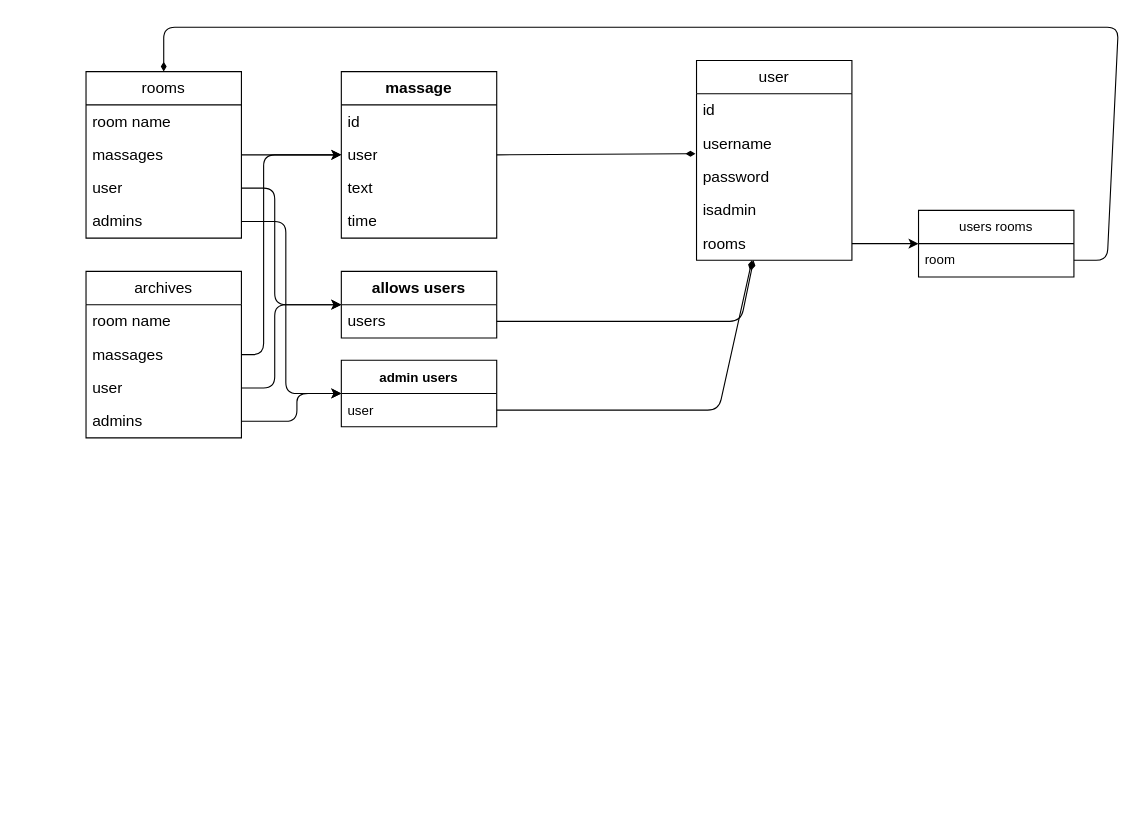
Before: DB.drawio in noambaum00/chat, a draw.io diagram. Source tidied: cells renumbered, new cells numbered last; positions are measured from the earlier drawing's top-left corner, leaving out a move shared by most shapes. Both pictures are drawn from the tidied source at 111%, with x=0, y=0 at pixel (85, 27).
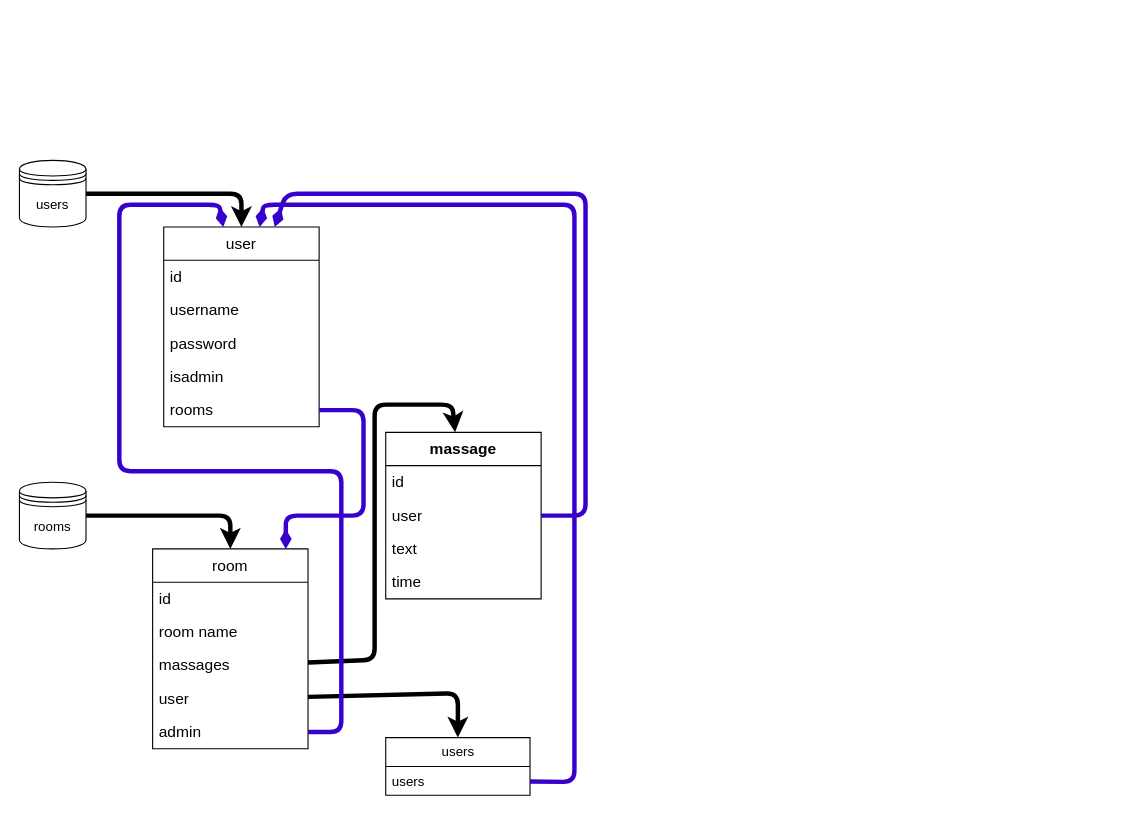
The same page after the edit.

Unchanged cells that the change refers to:
```xml
<mxCell id="11" value="user" style="text;strokeColor=none;fillColor=none;align=left;verticalAlign=middle;spacingLeft=4;spacingRight=4;overflow=hidden;points=[[0,0.5],[1,0.5]];portConstraint=eastwest;whiteSpace=wrap;html=1;fontSize=14;" parent="9" vertex="1">
  <mxGeometry y="60" width="140" height="30" as="geometry" />
</mxCell>
<mxCell id="16" value="username" style="text;strokeColor=none;fillColor=none;align=left;verticalAlign=middle;spacingLeft=4;spacingRight=4;overflow=hidden;points=[[0,0.5],[1,0.5]];portConstraint=eastwest;whiteSpace=wrap;html=1;fontSize=14;" parent="14" vertex="1">
  <mxGeometry y="60" width="140" height="30" as="geometry" />
</mxCell>
<mxCell id="19" value="rooms" style="text;strokeColor=none;fillColor=none;align=left;verticalAlign=middle;spacingLeft=4;spacingRight=4;overflow=hidden;points=[[0,0.5],[1,0.5]];portConstraint=eastwest;whiteSpace=wrap;html=1;fontSize=14;" parent="14" vertex="1">
  <mxGeometry y="150" width="140" height="30" as="geometry" />
</mxCell>
```

Diff of the diagram source:
```diff
@@
-    <mxCell id="2" value="rooms" style="swimlane;fontStyle=0;horizontal=1;startSize=30;whiteSpace=wrap;html=1;strokeColor=default;fontSize=14;fillColor=none;" parent="1" vertex="1">
-      <mxGeometry y="40" width="140" height="150" as="geometry" />
+    <mxCell id="2" value="room" style="swimlane;fontStyle=0;horizontal=1;startSize=30;whiteSpace=wrap;html=1;strokeColor=default;fontSize=14;fillColor=none;" parent="1" vertex="1">
+      <mxGeometry x="60" y="470" width="140" height="180" as="geometry" />
     </mxCell>
+    <mxCell id="40" value="id" style="text;strokeColor=none;fillColor=none;align=left;verticalAlign=middle;spacingLeft=4;spacingRight=4;overflow=hidden;whiteSpace=wrap;html=1;fontSize=14;" parent="2" vertex="1">
+      <mxGeometry y="30" width="140" height="30" as="geometry" />
+    </mxCell>
     <mxCell id="3" value="room name" style="text;strokeColor=none;fillColor=none;align=left;verticalAlign=middle;spacingLeft=4;spacingRight=4;overflow=hidden;whiteSpace=wrap;html=1;fontSize=14;" parent="2" vertex="1">
-      <mxGeometry y="30" width="140" height="30" as="geometry" />
+      <mxGeometry y="60" width="140" height="30" as="geometry" />
     </mxCell>
     <mxCell id="4" value="massages" style="text;strokeColor=none;fillColor=none;align=left;verticalAlign=middle;spacingLeft=4;spacingRight=4;overflow=hidden;points=[[0,0.5],[1,0.5]];portConstraint=eastwest;whiteSpace=wrap;html=1;fontSize=14;" parent="2" vertex="1">
-      <mxGeometry y="60" width="140" height="30" as="geometry" />
+      <mxGeometry y="90" width="140" height="30" as="geometry" />
     </mxCell>
     <mxCell id="5" value="user" style="text;strokeColor=none;fillColor=none;align=left;verticalAlign=middle;spacingLeft=4;spacingRight=4;overflow=hidden;points=[[0,0.5],[1,0.5]];portConstraint=eastwest;whiteSpace=wrap;html=1;fontSize=14;" parent="2" vertex="1">
-      <mxGeometry y="90" width="140" height="30" as="geometry" />
+      <mxGeometry y="120" width="140" height="30" as="geometry" />
     </mxCell>
-    <mxCell id="6" value="admins" style="text;strokeColor=none;fillColor=none;align=left;verticalAlign=middle;spacingLeft=4;spacingRight=4;overflow=hidden;points=[[0,0.5],[1,0.5]];portConstraint=eastwest;whiteSpace=wrap;html=1;fontSize=14;" parent="2" vertex="1">
-      <mxGeometry y="120" width="140" height="30" as="geometry" />
+    <mxCell id="6" value="admin" style="text;strokeColor=none;fillColor=none;align=left;verticalAlign=middle;spacingLeft=4;spacingRight=4;overflow=hidden;points=[[0,0.5],[1,0.5]];portConstraint=eastwest;whiteSpace=wrap;html=1;fontSize=14;" parent="2" vertex="1">
+      <mxGeometry y="150" width="140" height="30" as="geometry" />
     </mxCell>
-    <mxCell id="7" value="&lt;span style=&quot;font-weight: 700;&quot;&gt;allows users&lt;/span&gt;" style="swimlane;fontStyle=0;horizontal=1;startSize=30;whiteSpace=wrap;html=1;strokeColor=default;fontSize=14;fillColor=none;" parent="1" vertex="1">
-      <mxGeometry x="230" y="220" width="140" height="60" as="geometry" />
-    </mxCell>
-    <mxCell id="8" value="users" style="text;strokeColor=none;fillColor=none;align=left;verticalAlign=middle;spacingLeft=4;spacingRight=4;overflow=hidden;points=[[0,0.5],[1,0.5]];portConstraint=eastwest;whiteSpace=wrap;html=1;fontSize=14;" parent="7" vertex="1">
-      <mxGeometry y="30" width="140" height="30" as="geometry" />
-    </mxCell>
     <mxCell id="9" value="&lt;span style=&quot;font-weight: 700;&quot;&gt;massage&lt;/span&gt;" style="swimlane;fontStyle=0;horizontal=1;startSize=30;whiteSpace=wrap;html=1;strokeColor=default;fontSize=14;fillColor=none;" parent="1" vertex="1">
-      <mxGeometry x="230" y="40" width="140" height="150" as="geometry" />
+      <mxGeometry x="270" y="365" width="140" height="150" as="geometry" />
     </mxCell>
@@
     <mxCell id="14" value="user" style="swimlane;fontStyle=0;horizontal=1;startSize=30;whiteSpace=wrap;html=1;strokeColor=default;fontSize=14;fillColor=none;" parent="1" vertex="1">
-      <mxGeometry x="550" y="30" width="140" height="180" as="geometry" />
+      <mxGeometry x="70" y="180" width="140" height="180" as="geometry" />
     </mxCell>
@@
-    <mxCell id="20" value="admin users" style="swimlane;fontStyle=1;horizontal=1;startSize=30;" parent="1" vertex="1">
-      <mxGeometry x="230" y="300" width="140" height="60" as="geometry" />
-    </mxCell>
-    <mxCell id="21" value="user" style="text;strokeColor=none;fillColor=none;align=left;verticalAlign=middle;spacingLeft=4;spacingRight=4;overflow=hidden;points=[[0,0.5],[1,0.5]];portConstraint=eastwest;" parent="20" vertex="1">
-      <mxGeometry y="30" width="140" height="30" as="geometry" />
-    </mxCell>
-    <mxCell id="22" style="edgeStyle=none;html=1;exitX=1;exitY=0.5;exitDx=0;exitDy=0;endArrow=diamondThin;endFill=1;" parent="1" edge="1" source="8" target="14">
-      <mxGeometry relative="1" as="geometry">
-        <Array as="points">
-          <mxPoint x="590" y="265" />
-        </Array>
-      </mxGeometry>
-    </mxCell>
-    <mxCell id="23" style="edgeStyle=none;html=1;exitX=1;exitY=0.5;exitDx=0;exitDy=0;endArrow=diamondThin;endFill=1;" parent="1" edge="1" source="21" target="14">
-      <mxGeometry relative="1" as="geometry">
-        <Array as="points">
-          <mxPoint x="570" y="345" />
-        </Array>
-      </mxGeometry>
-    </mxCell>
-    <mxCell id="24" value="archives" style="swimlane;fontStyle=0;horizontal=1;startSize=30;whiteSpace=wrap;html=1;strokeColor=default;fontSize=14;fillColor=none;" parent="1" vertex="1">
-      <mxGeometry y="220" width="140" height="150" as="geometry" />
-    </mxCell>
-    <mxCell id="25" value="room name" style="text;strokeColor=none;fillColor=none;align=left;verticalAlign=middle;spacingLeft=4;spacingRight=4;overflow=hidden;whiteSpace=wrap;html=1;fontSize=14;" parent="24" vertex="1">
-      <mxGeometry y="30" width="140" height="30" as="geometry" />
-    </mxCell>
-    <mxCell id="26" value="massages" style="text;strokeColor=none;fillColor=none;align=left;verticalAlign=middle;spacingLeft=4;spacingRight=4;overflow=hidden;points=[[0,0.5],[1,0.5]];portConstraint=eastwest;whiteSpace=wrap;html=1;fontSize=14;" parent="24" vertex="1">
-      <mxGeometry y="60" width="140" height="30" as="geometry" />
-    </mxCell>
-    <mxCell id="27" value="user" style="text;strokeColor=none;fillColor=none;align=left;verticalAlign=middle;spacingLeft=4;spacingRight=4;overflow=hidden;points=[[0,0.5],[1,0.5]];portConstraint=eastwest;whiteSpace=wrap;html=1;fontSize=14;" parent="24" vertex="1">
-      <mxGeometry y="90" width="140" height="30" as="geometry" />
-    </mxCell>
-    <mxCell id="28" value="admins" style="text;strokeColor=none;fillColor=none;align=left;verticalAlign=middle;spacingLeft=4;spacingRight=4;overflow=hidden;points=[[0,0.5],[1,0.5]];portConstraint=eastwest;whiteSpace=wrap;html=1;fontSize=14;" parent="24" vertex="1">
-      <mxGeometry y="120" width="140" height="30" as="geometry" />
-    </mxCell>
-    <mxCell id="29" style="edgeStyle=none;html=1;exitX=1;exitY=0.5;exitDx=0;exitDy=0;entryX=-0.007;entryY=0.8;entryDx=0;entryDy=0;entryPerimeter=0;endArrow=diamondThin;endFill=1;" parent="1" edge="1" source="11" target="16">
-      <mxGeometry relative="1" as="geometry" />
-    </mxCell>
+    <mxCell id="41" style="edgeStyle=none;html=1;strokeWidth=4;" parent="1" edge="1" source="42" target="14">
+      <mxGeometry relative="1" as="geometry">
+        <Array as="points">
+          <mxPoint x="140" y="150" />
+        </Array>
+      </mxGeometry>
+    </mxCell>
+    <mxCell id="42" value="users" style="shape=datastore;whiteSpace=wrap;html=1;" parent="1" vertex="1">
+      <mxGeometry x="-60" y="120" width="60" height="60" as="geometry" />
+    </mxCell>
+    <mxCell id="43" style="edgeStyle=none;html=1;strokeWidth=4;" parent="1" edge="1" source="44" target="2">
+      <mxGeometry relative="1" as="geometry">
+        <Array as="points">
+          <mxPoint x="130" y="440" />
+        </Array>
+      </mxGeometry>
+    </mxCell>
+    <mxCell id="44" value="rooms" style="shape=datastore;whiteSpace=wrap;html=1;" parent="1" vertex="1">
+      <mxGeometry x="-60" y="410" width="60" height="60" as="geometry" />
+    </mxCell>
+    <mxCell id="45" style="edgeStyle=none;html=1;endArrow=diamondThin;endFill=1;strokeWidth=4;fillColor=#6a00ff;strokeColor=#3700CC;" parent="1" edge="1" source="19">
+      <mxGeometry relative="1" as="geometry">
+        <mxPoint x="180" y="470" as="targetPoint" />
+        <Array as="points">
+          <mxPoint x="250" y="345" />
+          <mxPoint x="250" y="440" />
+          <mxPoint x="180" y="440" />
+        </Array>
+      </mxGeometry>
+    </mxCell>
-    <mxCell id="30" style="edgeStyle=none;html=1;exitX=1;exitY=0.5;exitDx=0;exitDy=0;" parent="1" edge="1" source="4" target="9">
-      <mxGeometry relative="1" as="geometry" />
+    <mxCell id="30" style="edgeStyle=none;html=1;endArrow=classic;endFill=1;strokeWidth=4;" parent="1" edge="1" source="4" target="9">
+      <mxGeometry relative="1" as="geometry">
+        <Array as="points">
+          <mxPoint x="260" y="570" />
+          <mxPoint x="260" y="340" />
+          <mxPoint x="330" y="340" />
+        </Array>
+      </mxGeometry>
     </mxCell>
-    <mxCell id="31" style="edgeStyle=none;html=1;exitX=1;exitY=0.5;exitDx=0;exitDy=0;" parent="1" edge="1" source="26" target="9">
-      <mxGeometry relative="1" as="geometry">
-        <Array as="points">
-          <mxPoint x="160" y="295" />
-          <mxPoint x="160" y="115" />
-        </Array>
-      </mxGeometry>
-    </mxCell>
-    <mxCell id="32" style="edgeStyle=none;html=1;exitX=1;exitY=0.5;exitDx=0;exitDy=0;" parent="1" edge="1" source="27" target="7">
-      <mxGeometry relative="1" as="geometry">
-        <Array as="points">
-          <mxPoint x="170" y="325" />
-          <mxPoint x="170" y="250" />
-        </Array>
-      </mxGeometry>
-    </mxCell>
-    <mxCell id="33" style="edgeStyle=none;html=1;exitX=1;exitY=0.5;exitDx=0;exitDy=0;" parent="1" edge="1" source="5" target="7">
-      <mxGeometry relative="1" as="geometry">
-        <Array as="points">
-          <mxPoint x="170" y="145" />
-          <mxPoint x="170" y="250" />
-        </Array>
-      </mxGeometry>
-    </mxCell>
-    <mxCell id="34" style="edgeStyle=none;html=1;exitX=1;exitY=0.5;exitDx=0;exitDy=0;" parent="1" edge="1" source="6" target="20">
-      <mxGeometry relative="1" as="geometry">
-        <Array as="points">
-          <mxPoint x="180" y="175" />
-          <mxPoint x="180" y="330" />
-        </Array>
-      </mxGeometry>
-    </mxCell>
-    <mxCell id="35" style="edgeStyle=none;html=1;exitX=1;exitY=0.5;exitDx=0;exitDy=0;" parent="1" edge="1" source="28" target="20">
-      <mxGeometry relative="1" as="geometry">
-        <Array as="points">
-          <mxPoint x="190" y="355" />
-          <mxPoint x="190" y="330" />
-        </Array>
-      </mxGeometry>
-    </mxCell>
-    <mxCell id="36" value="users rooms" style="swimlane;fontStyle=0;horizontal=1;startSize=30;whiteSpace=wrap;html=1;" parent="1" vertex="1">
-      <mxGeometry x="750" y="165" width="140" height="60" as="geometry" />
-    </mxCell>
-    <mxCell id="37" value="room" style="text;strokeColor=none;fillColor=none;align=left;verticalAlign=middle;spacingLeft=4;spacingRight=4;overflow=hidden;points=[[0,0.5],[1,0.5]];portConstraint=eastwest;whiteSpace=wrap;html=1;" parent="36" vertex="1">
-      <mxGeometry y="30" width="140" height="30" as="geometry" />
-    </mxCell>
-    <mxCell id="38" style="edgeStyle=none;html=1;exitX=1;exitY=0.5;exitDx=0;exitDy=0;" parent="1" edge="1" source="19" target="36">
-      <mxGeometry relative="1" as="geometry" />
-    </mxCell>
-    <mxCell id="39" style="edgeStyle=none;html=1;exitX=1;exitY=0.5;exitDx=0;exitDy=0;endArrow=diamondThin;endFill=1;" parent="1" edge="1" source="37" target="2">
-      <mxGeometry relative="1" as="geometry">
-        <Array as="points">
-          <mxPoint x="920" y="210" />
-          <mxPoint x="930" />
-          <mxPoint x="70" />
-        </Array>
-      </mxGeometry>
-    </mxCell>
+    <mxCell id="46" value="users" style="swimlane;fontStyle=0;horizontal=1;startSize=26;fillColor=none;html=1;" parent="1" vertex="1">
+      <mxGeometry x="270" y="640" width="130" height="52" as="geometry" />
+    </mxCell>
+    <mxCell id="47" value="users" style="text;strokeColor=none;fillColor=none;align=left;verticalAlign=top;spacingLeft=4;spacingRight=4;overflow=hidden;points=[[0,0.5],[1,0.5]];portConstraint=eastwest;whiteSpace=wrap;html=1;" parent="46" vertex="1">
+      <mxGeometry y="26" width="130" height="26" as="geometry" />
+    </mxCell>
+    <mxCell id="48" style="edgeStyle=none;html=1;endArrow=classic;endFill=1;strokeWidth=4;" parent="1" edge="1" source="5" target="46">
+      <mxGeometry relative="1" as="geometry">
+        <Array as="points">
+          <mxPoint x="335" y="600" />
+        </Array>
+      </mxGeometry>
+    </mxCell>
+    <mxCell id="49" style="edgeStyle=none;html=1;endArrow=diamondThin;endFill=1;fillColor=#6a00ff;strokeColor=#3700CC;strokeWidth=4;" parent="1" edge="1" source="6" target="14">
+      <mxGeometry relative="1" as="geometry">
+        <Array as="points">
+          <mxPoint x="230" y="635" />
+          <mxPoint x="230" y="400" />
+          <mxPoint x="30" y="400" />
+          <mxPoint x="30" y="160" />
+          <mxPoint x="120" y="160" />
+        </Array>
+      </mxGeometry>
+    </mxCell>
+    <mxCell id="50" style="edgeStyle=none;html=1;strokeWidth=4;endArrow=diamondThin;endFill=1;fillColor=#6a00ff;strokeColor=#3700CC;" parent="1" edge="1" source="47" target="14">
+      <mxGeometry relative="1" as="geometry">
+        <Array as="points">
+          <mxPoint x="440" y="680" />
+          <mxPoint x="440" y="160" />
+          <mxPoint x="160" y="160" />
+        </Array>
+      </mxGeometry>
+    </mxCell>
+    <mxCell id="51" style="edgeStyle=none;html=1;strokeWidth=4;endArrow=diamondThin;endFill=1;fillColor=#6a00ff;strokeColor=#3700CC;" parent="1" edge="1" source="11" target="14">
+      <mxGeometry relative="1" as="geometry">
+        <Array as="points">
+          <mxPoint x="450" y="440" />
+          <mxPoint x="450" y="150" />
+          <mxPoint x="180" y="150" />
+        </Array>
+      </mxGeometry>
+    </mxCell>
```
